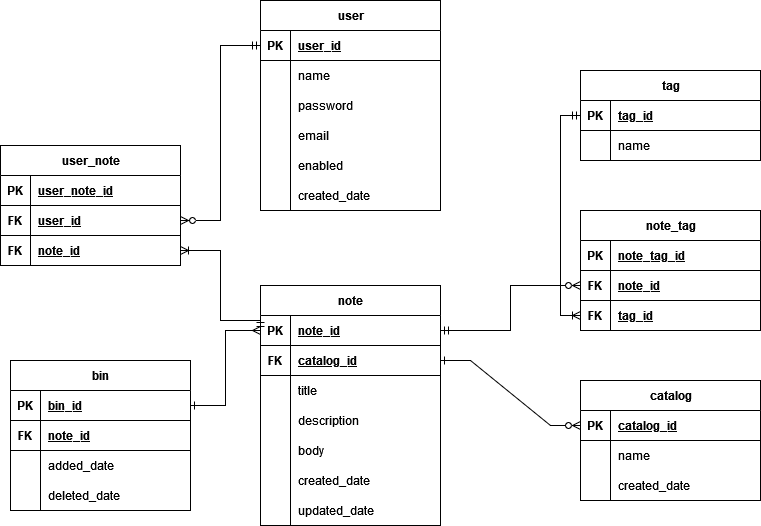
Tomasz-Zdeb/Software-Engineering-Class-Project keeps this draw.io diagram as DB/ERD-diagram.drawio.png. Above is the earlier version. Source tidied: cells renumbered, new cells last; positions are measured from the earlier drawing's top-left corner, leaving out a move shared by most shapes.
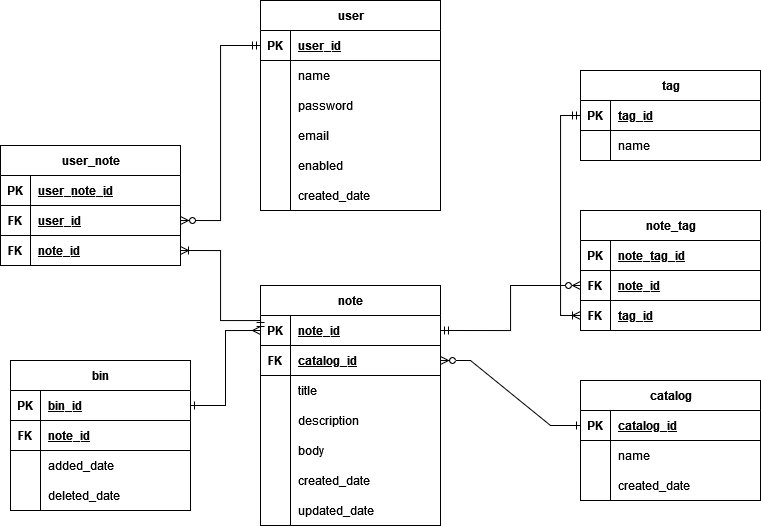
Later version of the same file.

What changed in the source:
```diff
@@ -293,7 +293,7 @@
     <mxCell id="96" value="created_date" style="shape=partialRectangle;fillColor=none;top=0;left=0;bottom=0;right=0;align=left;spacingLeft=6;overflow=hidden;whiteSpace=wrap;html=1;" parent="94" vertex="1">
       <mxGeometry x="30" width="150" height="30" as="geometry" />
     </mxCell>
-    <mxCell id="97" style="edgeStyle=entityRelationEdgeStyle;fontSize=12;html=1;endArrow=ERzeroToMany;rounded=0;entryX=0;entryY=0.5;entryDx=0;entryDy=0;exitX=1;exitY=0.5;exitDx=0;exitDy=0;endFill=0;startArrow=ERone;startFill=0;" parent="1" edge="1" source="25" target="88">
+    <mxCell id="97" style="edgeStyle=entityRelationEdgeStyle;fontSize=12;html=1;endArrow=ERone;rounded=0;entryX=0;entryY=0.5;entryDx=0;entryDy=0;exitX=1;exitY=0.5;exitDx=0;exitDy=0;endFill=0;startArrow=ERzeroToMany;startFill=0;" parent="1" edge="1" source="25" target="88">
       <mxGeometry relative="1" as="geometry" />
     </mxCell>
     <mxCell id="98" style="edgeStyle=orthogonalEdgeStyle;rounded=0;jettySize=auto;html=1;exitX=0;exitY=0.5;exitDx=0;exitDy=0;entryX=1;entryY=0.5;entryDx=0;entryDy=0;startArrow=ERmany;startFill=0;endArrow=ERone;endFill=0;" parent="1" edge="1" source="22" target="75">
```
